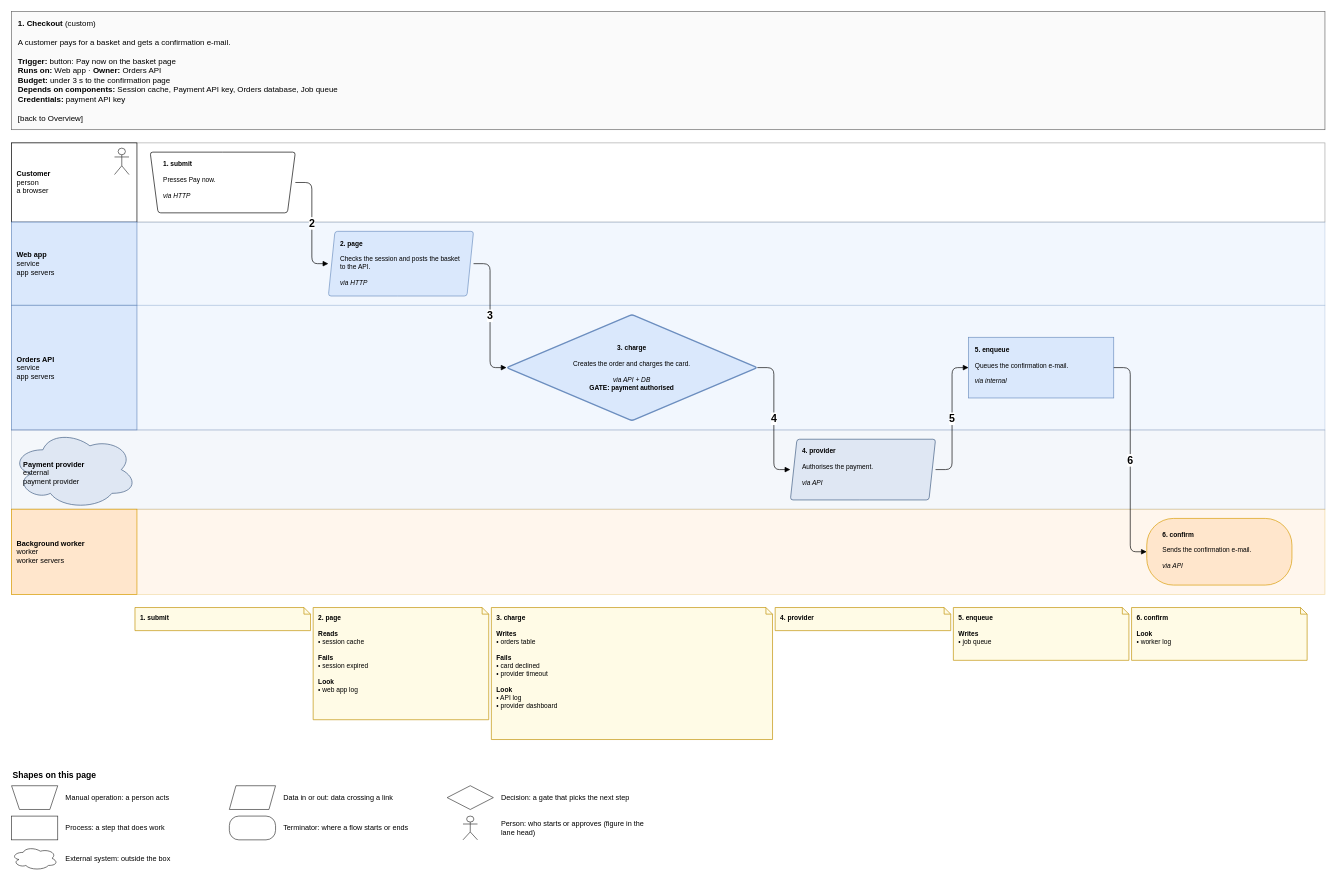
amalikn/skills_stuff keeps this draw.io diagram as page "1. Checkout" (3 of 7) of specialists/platform/skill-drawio/examples/shop/drawio/flows.drawio. Above is the earlier version. Source tidied: cells renumbered, new cells numbered last; positions are measured from the earlier drawing's top-left corner, leaving out a move shared by most shapes. Both pictures are drawn from the tidied source at 66%, with x=0, y=0 at pixel (11, 11).
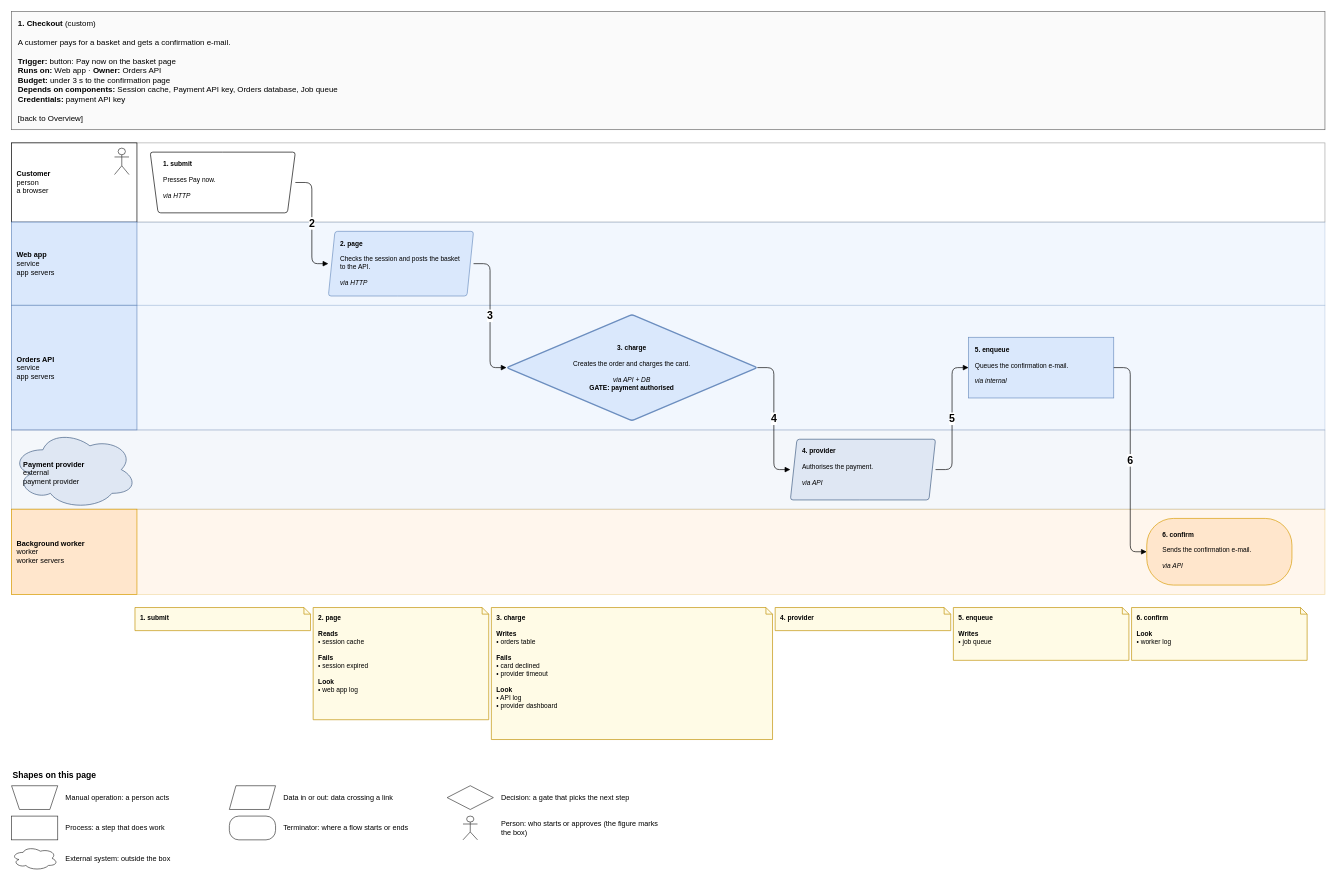
The same diagram, later.

The edit, as a diff of the source:
```diff
@@
-    <mxCell id="38" value="Person: who starts or approves (figure in the lane head)" style="text;html=1;align=left;verticalAlign=middle;whiteSpace=wrap;fontSize=11;" parent="1" vertex="1">
+    <mxCell id="38" value="Person: who starts or approves (the figure marks the box)" style="text;html=1;align=left;verticalAlign=middle;whiteSpace=wrap;fontSize=11;" parent="1" vertex="1">
       <mxGeometry x="740" y="1219" width="240" height="36" as="geometry" />
     </mxCell>
```
